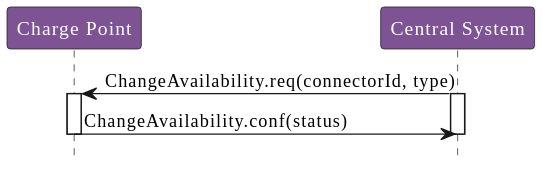
Before: OCPP_1.6/images/figure_23.svg, a diagram exported from PlantUML (phoi5675/ocpp-markdown). Its diagram source:
```plantuml
@startuml
!include style.puml

participant "Charge Point" as ChargePoint
participant "Central System" as CentralSystem

CentralSystem -> ChargePoint : ChangeAvailability.req(connectorId, type)

activate ChargePoint
activate CentralSystem

ChargePoint -> CentralSystem : ChangeAvailability.conf(status)

deactivate CentralSystem
deactivate ChargePoint
@enduml
```
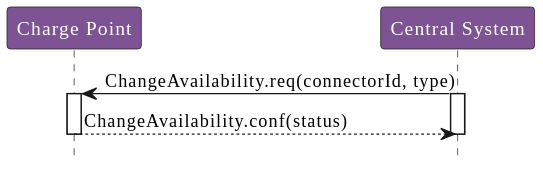
The same diagram one commit later.

The edit, as a diff of the source:
```diff
@@ -5,12 +5,10 @@
 participant "Central System" as CentralSystem
 
 CentralSystem -> ChargePoint : ChangeAvailability.req(connectorId, type)
-
 activate ChargePoint
 activate CentralSystem
 
-ChargePoint -> CentralSystem : ChangeAvailability.conf(status)
-
+ChargePoint --> CentralSystem : ChangeAvailability.conf(status)
 deactivate CentralSystem
 deactivate ChargePoint
 @enduml
```
